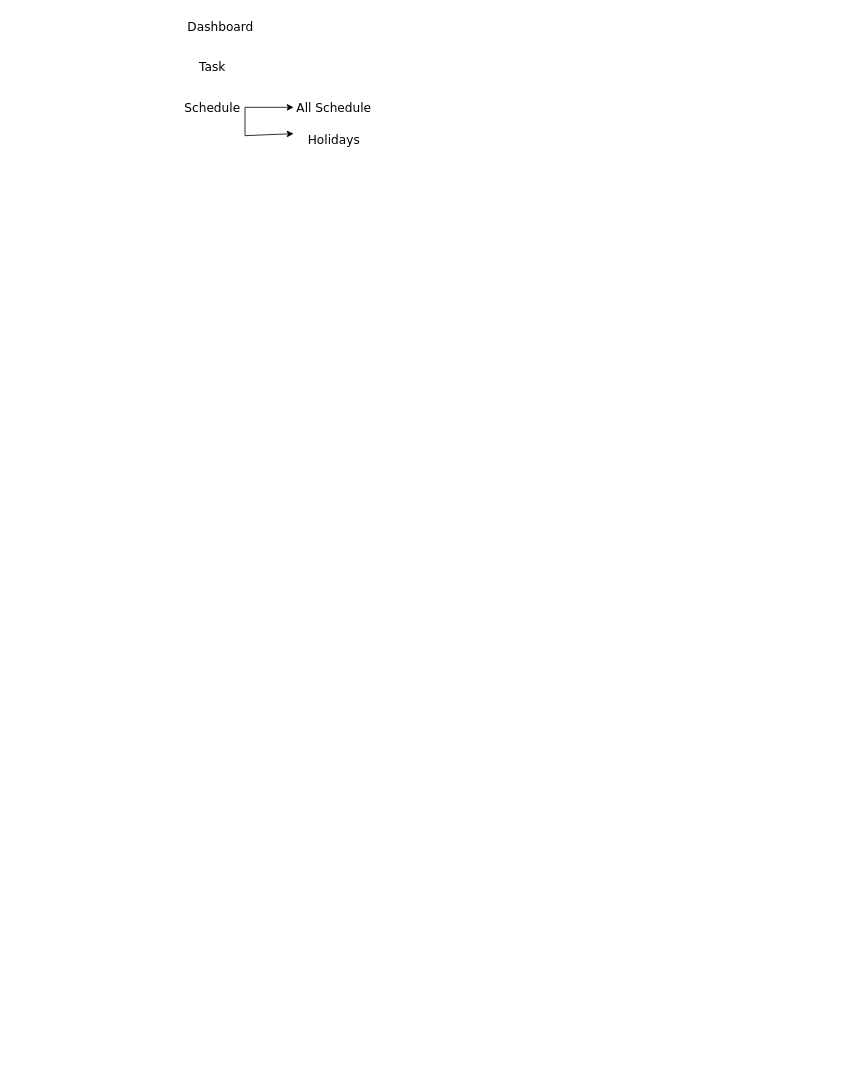
SeniorDev009/capture-video-streamming keeps this draw.io diagram as Untitled Diagram.drawio. Above is the earlier version. Source tidied: cells renumbered, new cells numbered last; positions are measured from the earlier drawing's top-left corner, leaving out a move shared by most shapes. Both pictures are drawn from the tidied source at 81%, with x=0, y=0 at pixel (180, 14).
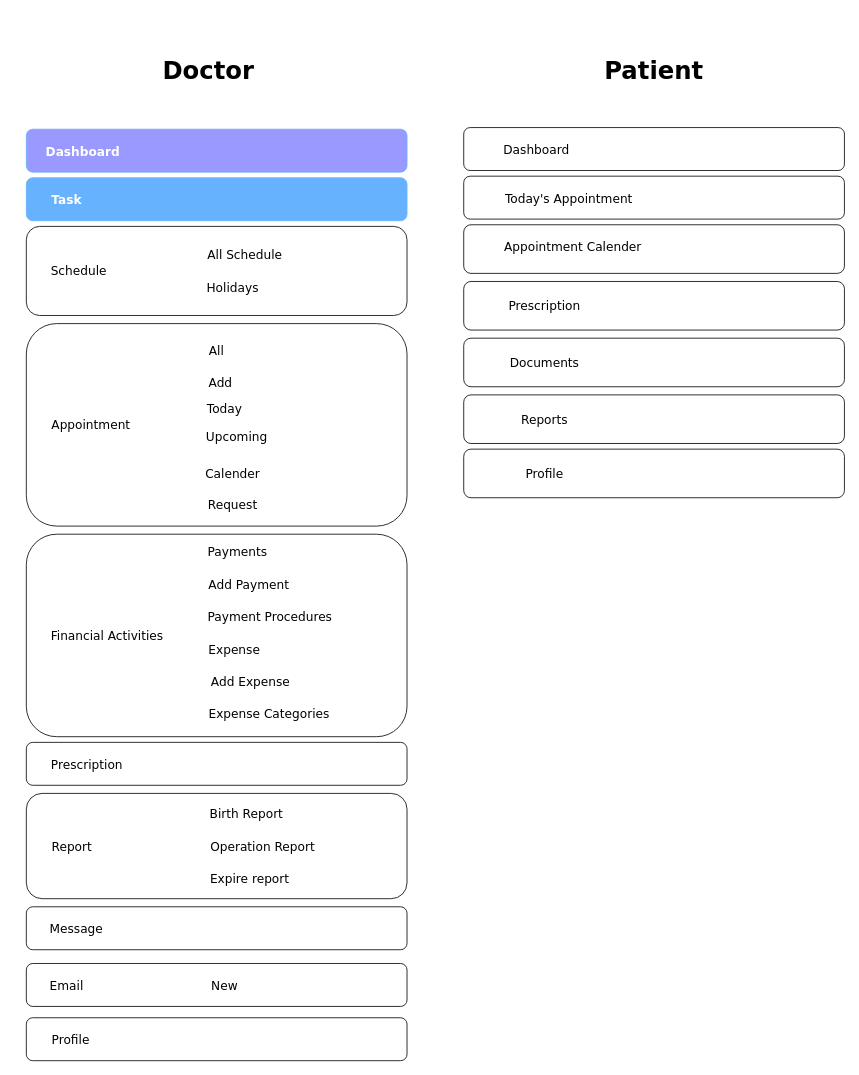
The same diagram, later.

Diff of the diagram source:
```diff
@@
+    <mxCell id="9" style="rounded=1;whiteSpace=wrap;html=1;fontFamily=Verdana;fontSize=15;fontColor=#FFFFFF;labelBackgroundColor=#9999FF;labelBorderColor=#66B2FF;fillColor=#9999FF;strokeColor=#66B2FF;" parent="1" vertex="1">
+      <mxGeometry x="-190" y="142" width="470" height="53" as="geometry" />
+    </mxCell>
+    <mxCell id="10" style="rounded=1;whiteSpace=wrap;html=1;fontFamily=Verdana;fontSize=15;labelBackgroundColor=#66B2FF;fillColor=#66B2FF;strokeColor=#66B2FF;" parent="1" vertex="1">
+      <mxGeometry x="-190" y="202" width="470" height="53" as="geometry" />
+    </mxCell>
+    <mxCell id="11" style="rounded=1;whiteSpace=wrap;html=1;fontFamily=Verdana;fontSize=15;" parent="1" vertex="1">
+      <mxGeometry x="-190" y="1239" width="470" height="53" as="geometry" />
+    </mxCell>
+    <mxCell id="12" style="rounded=1;whiteSpace=wrap;html=1;fontFamily=Verdana;fontSize=15;" parent="1" vertex="1">
+      <mxGeometry x="-190" y="1172" width="470" height="53" as="geometry" />
+    </mxCell>
+    <mxCell id="13" style="rounded=1;whiteSpace=wrap;html=1;fontFamily=Verdana;fontSize=15;" parent="1" vertex="1">
+      <mxGeometry x="-190" y="1102" width="470" height="53" as="geometry" />
+    </mxCell>
+    <mxCell id="14" style="rounded=1;whiteSpace=wrap;html=1;fontFamily=Verdana;fontSize=15;" parent="1" vertex="1">
+      <mxGeometry x="-190" y="962" width="470" height="130" as="geometry" />
+    </mxCell>
+    <mxCell id="15" style="rounded=1;whiteSpace=wrap;html=1;fontFamily=Verdana;fontSize=15;" parent="1" vertex="1">
+      <mxGeometry x="-190" y="899" width="470" height="53" as="geometry" />
+    </mxCell>
+    <mxCell id="16" style="rounded=1;whiteSpace=wrap;html=1;fontFamily=Verdana;fontSize=15;" parent="1" vertex="1">
+      <mxGeometry x="-190" y="642" width="470" height="250" as="geometry" />
+    </mxCell>
+    <mxCell id="17" style="rounded=1;whiteSpace=wrap;html=1;fontFamily=Verdana;fontSize=15;" parent="1" vertex="1">
+      <mxGeometry x="-190" y="262" width="470" height="110" as="geometry" />
+    </mxCell>
+    <mxCell id="18" style="rounded=1;whiteSpace=wrap;html=1;fontFamily=Verdana;fontSize=15;" parent="1" vertex="1">
+      <mxGeometry x="-190" y="382" width="470" height="250" as="geometry" />
+    </mxCell>
-    <mxCell id="2" value="Dashboard" style="text;html=1;strokeColor=none;fillColor=none;align=center;verticalAlign=middle;whiteSpace=wrap;rounded=0;fontSize=15;fontFamily=Verdana;" parent="1" vertex="1">
-      <mxGeometry x="10" width="80" height="30" as="geometry" />
+    <mxCell id="2" value="Dashboard" style="text;html=1;strokeColor=none;fillColor=none;align=center;verticalAlign=middle;whiteSpace=wrap;rounded=0;fontSize=15;fontFamily=Verdana;fontColor=#FFFFFF;fontStyle=1;" parent="1" vertex="1">
+      <mxGeometry x="-160" y="153.5" width="80" height="30" as="geometry" />
     </mxCell>
-    <mxCell id="3" value="Task" style="text;html=1;strokeColor=none;fillColor=none;align=center;verticalAlign=middle;whiteSpace=wrap;rounded=0;fontSize=15;fontFamily=Verdana;" parent="1" vertex="1">
-      <mxGeometry y="50" width="80" height="30" as="geometry" />
+    <mxCell id="3" value="Task" style="text;html=1;strokeColor=none;fillColor=none;align=center;verticalAlign=middle;whiteSpace=wrap;rounded=0;fontSize=15;fontFamily=Verdana;fontColor=#FFFFFF;fontStyle=1;" parent="1" vertex="1">
+      <mxGeometry x="-170" y="213.5" width="60" height="30" as="geometry" />
     </mxCell>
     <mxCell id="4" value="Schedule" style="text;html=1;strokeColor=none;fillColor=none;align=center;verticalAlign=middle;whiteSpace=wrap;rounded=0;fontSize=15;fontFamily=Verdana;" parent="1" vertex="1">
-      <mxGeometry y="100" width="80" height="30" as="geometry" />
+      <mxGeometry x="-160" y="302" width="70" height="30" as="geometry" />
     </mxCell>
     <mxCell id="5" value="All Schedule" style="text;html=1;strokeColor=none;fillColor=none;align=center;verticalAlign=middle;whiteSpace=wrap;rounded=0;fontSize=15;fontFamily=Verdana;" parent="1" vertex="1">
-      <mxGeometry x="140" y="100" width="100" height="30" as="geometry" />
+      <mxGeometry x="30" y="282" width="100" height="30" as="geometry" />
     </mxCell>
     <mxCell id="6" value="Holidays" style="text;html=1;strokeColor=none;fillColor=none;align=center;verticalAlign=middle;whiteSpace=wrap;rounded=0;fontSize=15;fontFamily=Verdana;" parent="1" vertex="1">
-      <mxGeometry x="140" y="140" width="100" height="30" as="geometry" />
+      <mxGeometry x="15" y="322" width="100" height="30" as="geometry" />
     </mxCell>
-    <mxCell id="7" style="endArrow=classic;html=1;rounded=0;fontFamily=Verdana;fontSize=15;exitX=1;exitY=0.5;exitDx=0;exitDy=0;entryX=0;entryY=0.5;entryDx=0;entryDy=0;" parent="1" edge="1" source="4" target="5">
-      <mxGeometry relative="1" as="geometry" />
-    </mxCell>
-    <mxCell id="8" style="endArrow=classic;html=1;rounded=0;fontFamily=Verdana;fontSize=15;exitX=1;exitY=0.5;exitDx=0;exitDy=0;entryX=0;entryY=0.25;entryDx=0;entryDy=0;" parent="1" edge="1" source="4" target="6">
-      <mxGeometry relative="1" as="geometry">
-        <Array as="points">
-          <mxPoint x="80" y="150" />
-        </Array>
-      </mxGeometry>
-    </mxCell>
+    <mxCell id="19" value="Appointment" style="text;html=1;strokeColor=none;fillColor=none;align=center;verticalAlign=middle;whiteSpace=wrap;rounded=0;fontSize=15;fontFamily=Verdana;" parent="1" vertex="1">
+      <mxGeometry x="-160" y="492" width="100" height="30" as="geometry" />
+    </mxCell>
+    <mxCell id="20" value="All" style="text;html=1;strokeColor=none;fillColor=none;align=center;verticalAlign=middle;whiteSpace=wrap;rounded=0;fontSize=15;fontFamily=Verdana;" parent="1" vertex="1">
+      <mxGeometry x="-5" y="400" width="100" height="30" as="geometry" />
+    </mxCell>
+    <mxCell id="21" value="Add" style="text;html=1;strokeColor=none;fillColor=none;align=center;verticalAlign=middle;whiteSpace=wrap;rounded=0;fontSize=15;fontFamily=Verdana;" parent="1" vertex="1">
+      <mxGeometry y="440" width="100" height="30" as="geometry" />
+    </mxCell>
+    <mxCell id="22" value="Today" style="text;html=1;strokeColor=none;fillColor=none;align=center;verticalAlign=middle;whiteSpace=wrap;rounded=0;fontSize=15;fontFamily=Verdana;" parent="1" vertex="1">
+      <mxGeometry x="20" y="472" width="70" height="30" as="geometry" />
+    </mxCell>
+    <mxCell id="23" value="Upcoming" style="text;html=1;strokeColor=none;fillColor=none;align=center;verticalAlign=middle;whiteSpace=wrap;rounded=0;fontSize=15;fontFamily=Verdana;" parent="1" vertex="1">
+      <mxGeometry x="20" y="507" width="100" height="30" as="geometry" />
+    </mxCell>
+    <mxCell id="24" value="Calender" style="text;html=1;strokeColor=none;fillColor=none;align=center;verticalAlign=middle;whiteSpace=wrap;rounded=0;fontSize=15;fontFamily=Verdana;" parent="1" vertex="1">
+      <mxGeometry x="15" y="552" width="100" height="30" as="geometry" />
+    </mxCell>
+    <mxCell id="25" value="Request" style="text;html=1;strokeColor=none;fillColor=none;align=center;verticalAlign=middle;whiteSpace=wrap;rounded=0;fontSize=15;fontFamily=Verdana;" parent="1" vertex="1">
+      <mxGeometry x="15" y="590" width="100" height="30" as="geometry" />
+    </mxCell>
+    <mxCell id="26" value="Financial Activities" style="text;html=1;strokeColor=none;fillColor=none;align=center;verticalAlign=middle;whiteSpace=wrap;rounded=0;fontSize=15;fontFamily=Verdana;" parent="1" vertex="1">
+      <mxGeometry x="-200" y="752" width="220" height="30" as="geometry" />
+    </mxCell>
+    <mxCell id="27" value="Payments" style="text;html=1;strokeColor=none;fillColor=none;align=center;verticalAlign=middle;whiteSpace=wrap;rounded=0;fontSize=15;fontFamily=Verdana;" parent="1" vertex="1">
+      <mxGeometry x="21" y="649" width="100" height="30" as="geometry" />
+    </mxCell>
+    <mxCell id="28" value="Add Payment" style="text;html=1;strokeColor=none;fillColor=none;align=center;verticalAlign=middle;whiteSpace=wrap;rounded=0;fontSize=15;fontFamily=Verdana;" parent="1" vertex="1">
+      <mxGeometry x="25" y="689" width="120" height="30" as="geometry" />
+    </mxCell>
+    <mxCell id="29" value="Payment Procedures" style="text;html=1;strokeColor=none;fillColor=none;align=center;verticalAlign=middle;whiteSpace=wrap;rounded=0;fontSize=15;fontFamily=Verdana;" parent="1" vertex="1">
+      <mxGeometry x="31" y="729" width="160" height="30" as="geometry" />
+    </mxCell>
+    <mxCell id="30" value="Expense" style="text;html=1;strokeColor=none;fillColor=none;align=center;verticalAlign=middle;whiteSpace=wrap;rounded=0;fontSize=15;fontFamily=Verdana;" parent="1" vertex="1">
+      <mxGeometry x="-13" y="769" width="160" height="30" as="geometry" />
+    </mxCell>
+    <mxCell id="31" value="Add Expense" style="text;html=1;strokeColor=none;fillColor=none;align=center;verticalAlign=middle;whiteSpace=wrap;rounded=0;fontSize=15;fontFamily=Verdana;" parent="1" vertex="1">
+      <mxGeometry x="7" y="809" width="160" height="30" as="geometry" />
+    </mxCell>
+    <mxCell id="32" value="Expense Categories" style="text;html=1;strokeColor=none;fillColor=none;align=center;verticalAlign=middle;whiteSpace=wrap;rounded=0;fontSize=15;fontFamily=Verdana;" parent="1" vertex="1">
+      <mxGeometry x="30" y="849" width="160" height="30" as="geometry" />
+    </mxCell>
+    <mxCell id="33" value="Prescription" style="text;html=1;strokeColor=none;fillColor=none;align=center;verticalAlign=middle;whiteSpace=wrap;rounded=0;fontFamily=Verdana;fontSize=15;" parent="1" vertex="1">
+      <mxGeometry x="-160" y="910.5" width="90" height="30" as="geometry" />
+    </mxCell>
+    <mxCell id="34" value="Report" style="text;html=1;strokeColor=none;fillColor=none;align=center;verticalAlign=middle;whiteSpace=wrap;rounded=0;fontSize=15;fontFamily=Verdana;" parent="1" vertex="1">
+      <mxGeometry x="-205" y="1012" width="142.5" height="30" as="geometry" />
+    </mxCell>
+    <mxCell id="35" value="Birth Report" style="text;html=1;strokeColor=none;fillColor=none;align=center;verticalAlign=middle;whiteSpace=wrap;rounded=0;fontSize=15;fontFamily=Verdana;" parent="1" vertex="1">
+      <mxGeometry x="22" y="972" width="120" height="30" as="geometry" />
+    </mxCell>
+    <mxCell id="36" value="Operation Report" style="text;html=1;strokeColor=none;fillColor=none;align=center;verticalAlign=middle;whiteSpace=wrap;rounded=0;fontSize=15;fontFamily=Verdana;" parent="1" vertex="1">
+      <mxGeometry x="22" y="1012" width="160" height="30" as="geometry" />
+    </mxCell>
+    <mxCell id="37" value="Expire report" style="text;html=1;strokeColor=none;fillColor=none;align=center;verticalAlign=middle;whiteSpace=wrap;rounded=0;fontSize=15;fontFamily=Verdana;" parent="1" vertex="1">
+      <mxGeometry x="6" y="1052" width="160" height="30" as="geometry" />
+    </mxCell>
+    <mxCell id="38" value="Message" style="text;html=1;strokeColor=none;fillColor=none;align=center;verticalAlign=middle;whiteSpace=wrap;rounded=0;fontSize=15;fontFamily=Verdana;" parent="1" vertex="1">
+      <mxGeometry x="-167.5" y="1113.5" width="77.5" height="30" as="geometry" />
+    </mxCell>
+    <mxCell id="39" value="Email" style="text;html=1;strokeColor=none;fillColor=none;align=center;verticalAlign=middle;whiteSpace=wrap;rounded=0;fontSize=15;fontFamily=Verdana;" parent="1" vertex="1">
+      <mxGeometry x="-175" y="1183.5" width="70" height="30" as="geometry" />
+    </mxCell>
+    <mxCell id="40" value="New" style="text;html=1;strokeColor=none;fillColor=none;align=center;verticalAlign=middle;whiteSpace=wrap;rounded=0;fontSize=15;fontFamily=Verdana;" parent="1" vertex="1">
+      <mxGeometry x="-55" y="1183.5" width="220" height="30" as="geometry" />
+    </mxCell>
+    <mxCell id="41" value="Profile" style="text;html=1;strokeColor=none;fillColor=none;align=center;verticalAlign=middle;whiteSpace=wrap;rounded=0;fontSize=15;fontFamily=Verdana;" parent="1" vertex="1">
+      <mxGeometry x="-170" y="1250.5" width="70" height="30" as="geometry" />
+    </mxCell>
+    <mxCell id="42" style="rounded=1;whiteSpace=wrap;html=1;fontFamily=Verdana;fontSize=15;" parent="1" vertex="1">
+      <mxGeometry x="350" y="140" width="470" height="53" as="geometry" />
+    </mxCell>
+    <mxCell id="43" style="rounded=1;whiteSpace=wrap;html=1;fontFamily=Verdana;fontSize=15;" parent="1" vertex="1">
+      <mxGeometry x="350" y="200" width="470" height="53" as="geometry" />
+    </mxCell>
+    <mxCell id="44" style="rounded=1;whiteSpace=wrap;html=1;fontFamily=Verdana;fontSize=15;" parent="1" vertex="1">
+      <mxGeometry x="350" y="260" width="470" height="60" as="geometry" />
+    </mxCell>
+    <mxCell id="45" style="rounded=1;whiteSpace=wrap;html=1;fontFamily=Verdana;fontSize=15;" parent="1" vertex="1">
+      <mxGeometry x="350" y="330" width="470" height="60" as="geometry" />
+    </mxCell>
+    <mxCell id="46" value="Dashboard" style="text;html=1;strokeColor=none;fillColor=none;align=center;verticalAlign=middle;whiteSpace=wrap;rounded=0;fontSize=15;fontFamily=Verdana;" parent="1" vertex="1">
+      <mxGeometry x="400" y="151.5" width="80" height="30" as="geometry" />
+    </mxCell>
+    <mxCell id="47" value="Today's Appointment" style="text;html=1;strokeColor=none;fillColor=none;align=center;verticalAlign=middle;whiteSpace=wrap;rounded=0;fontSize=15;fontFamily=Verdana;" parent="1" vertex="1">
+      <mxGeometry x="385" y="211.5" width="190" height="30" as="geometry" />
+    </mxCell>
+    <mxCell id="48" value="Appointment Calender" style="text;html=1;strokeColor=none;fillColor=none;align=center;verticalAlign=middle;whiteSpace=wrap;rounded=0;fontSize=15;fontFamily=Verdana;" parent="1" vertex="1">
+      <mxGeometry x="395" y="272" width="180" height="30" as="geometry" />
+    </mxCell>
+    <mxCell id="49" value="Prescription" style="text;html=1;strokeColor=none;fillColor=none;align=center;verticalAlign=middle;whiteSpace=wrap;rounded=0;fontSize=15;fontFamily=Verdana;" parent="1" vertex="1">
+      <mxGeometry x="400" y="345" width="100" height="30" as="geometry" />
+    </mxCell>
+    <mxCell id="50" value="Doctor" style="text;html=1;strokeColor=none;fillColor=none;align=center;verticalAlign=middle;whiteSpace=wrap;rounded=0;fontFamily=Verdana;fontSize=30;fontStyle=1;" parent="1" vertex="1">
+      <mxGeometry x="-60" y="50" width="190" height="40" as="geometry" />
+    </mxCell>
+    <mxCell id="51" value="Patient" style="text;html=1;strokeColor=none;fillColor=none;align=center;verticalAlign=middle;whiteSpace=wrap;rounded=0;fontFamily=Verdana;fontSize=30;fontStyle=1;" parent="1" vertex="1">
+      <mxGeometry x="490" y="50" width="190" height="40" as="geometry" />
+    </mxCell>
+    <mxCell id="52" style="rounded=1;whiteSpace=wrap;html=1;fontFamily=Verdana;fontSize=15;" parent="1" vertex="1">
+      <mxGeometry x="350" y="400" width="470" height="60" as="geometry" />
+    </mxCell>
+    <mxCell id="53" value="Documents" style="text;html=1;strokeColor=none;fillColor=none;align=center;verticalAlign=middle;whiteSpace=wrap;rounded=0;fontSize=15;fontFamily=Verdana;" parent="1" vertex="1">
+      <mxGeometry x="400" y="415" width="100" height="30" as="geometry" />
+    </mxCell>
+    <mxCell id="54" style="rounded=1;whiteSpace=wrap;html=1;fontFamily=Verdana;fontSize=15;" parent="1" vertex="1">
+      <mxGeometry x="350" y="470" width="470" height="60" as="geometry" />
+    </mxCell>
+    <mxCell id="55" value="Reports" style="text;html=1;strokeColor=none;fillColor=none;align=center;verticalAlign=middle;whiteSpace=wrap;rounded=0;fontSize=15;fontFamily=Verdana;" parent="1" vertex="1">
+      <mxGeometry x="400" y="485" width="100" height="30" as="geometry" />
+    </mxCell>
+    <mxCell id="56" style="rounded=1;whiteSpace=wrap;html=1;fontFamily=Verdana;fontSize=15;" parent="1" vertex="1">
+      <mxGeometry x="350" y="537" width="470" height="60" as="geometry" />
+    </mxCell>
+    <mxCell id="57" value="Profile" style="text;html=1;strokeColor=none;fillColor=none;align=center;verticalAlign=middle;whiteSpace=wrap;rounded=0;fontSize=15;fontFamily=Verdana;" parent="1" vertex="1">
+      <mxGeometry x="400" y="552" width="100" height="30" as="geometry" />
+    </mxCell>
```
